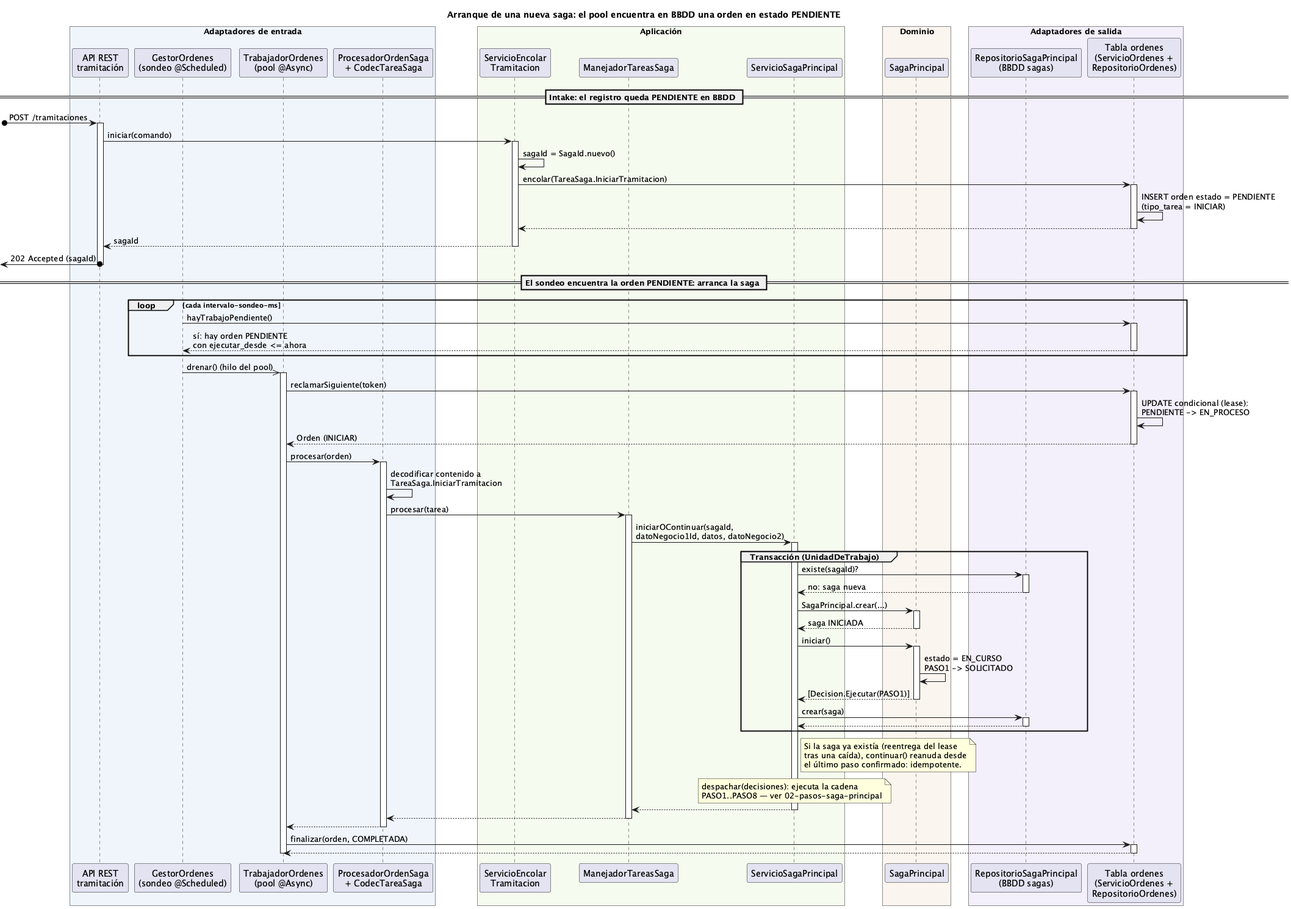
This is order-manager/docs/01-arranque-saga-nueva.png from ralcazar/patrones, a PlantUML export, as it was before one commit.
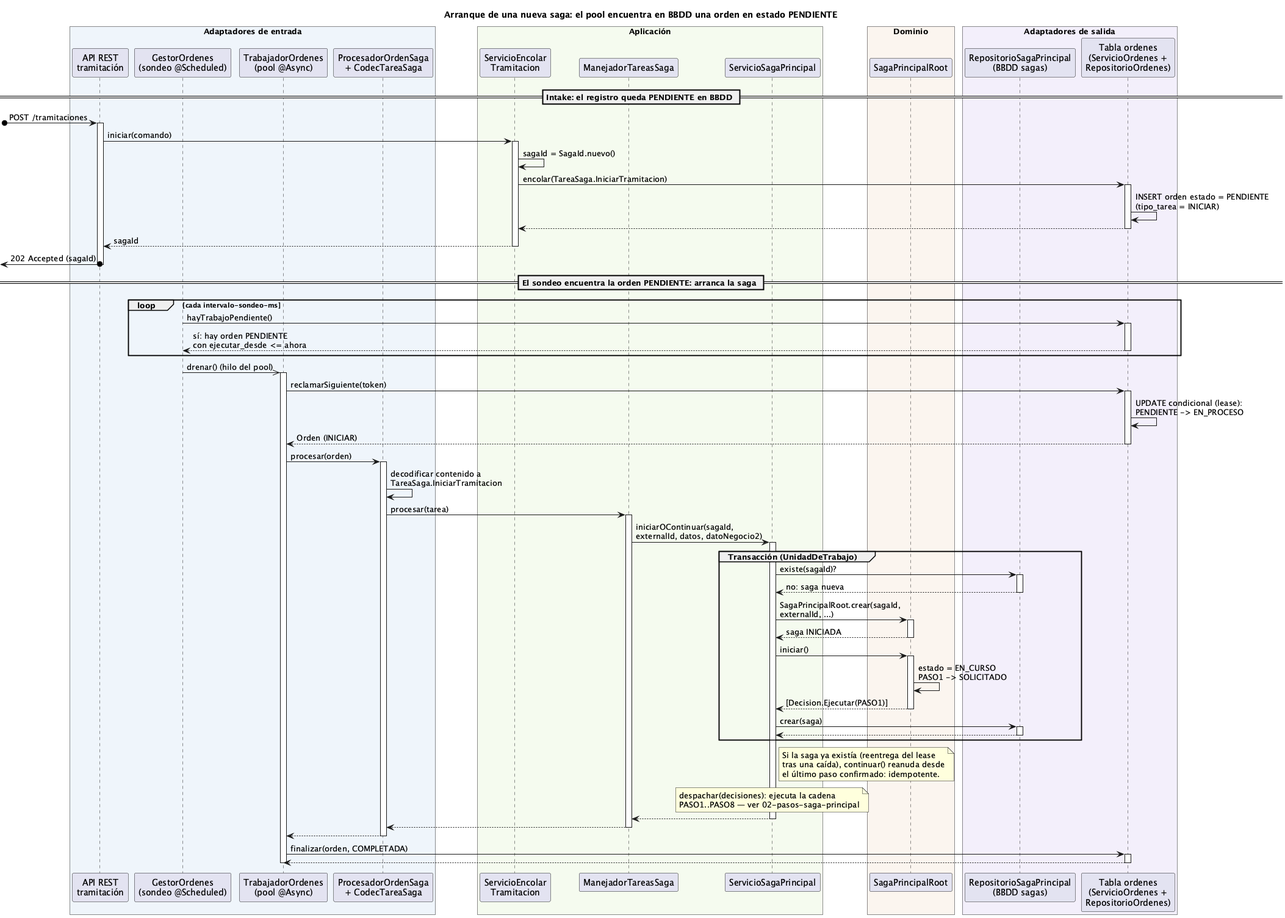
After the change.

What changed in the source:
```diff
@@ -13,7 +13,7 @@
   participant "ServicioSagaPrincipal" as SVC
 end box
 box "Dominio" #FBF5EF
-  participant "SagaPrincipal" as SAGA
+  participant "SagaPrincipalRoot" as SAGA
 end box
 box "Adaptadores de salida" #F3EFFB
   participant "RepositorioSagaPrincipal\n(BBDD sagas)" as REPO
@@ -45,12 +45,12 @@
 TRAB -> PROC ++ : procesar(orden)
 PROC -> PROC : decodificar contenido a\nTareaSaga.IniciarTramitacion
 PROC -> MANEJ ++ : procesar(tarea)
-MANEJ -> SVC ++ : iniciarOContinuar(sagaId,\ndatoNegocio1Id, datos, datoNegocio2)
+MANEJ -> SVC ++ : iniciarOContinuar(sagaId,\nexternalId, datos, datoNegocio2)
 
 group Transacción (UnidadDeTrabajo)
   SVC -> REPO ++ : existe(sagaId)?
   return no: saga nueva
-  SVC -> SAGA ++ : SagaPrincipal.crear(...)
+  SVC -> SAGA ++ : SagaPrincipalRoot.crear(sagaId,\nexternalId, ...)
   return saga INICIADA
   SVC -> SAGA ++ : iniciar()
   SAGA -> SAGA : estado = EN_CURSO\nPASO1 -> SOLICITADO
```
